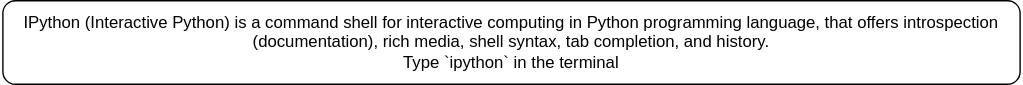
Before: src/content/docs/Python/packages/ipython.drawio.svg, a diagram exported from draw.io (ritesh28/cheats-starlight). Source tidied: cells renumbered, new cells last; positions are measured from the earlier drawing's top-left corner, leaving out a move shared by most shapes.
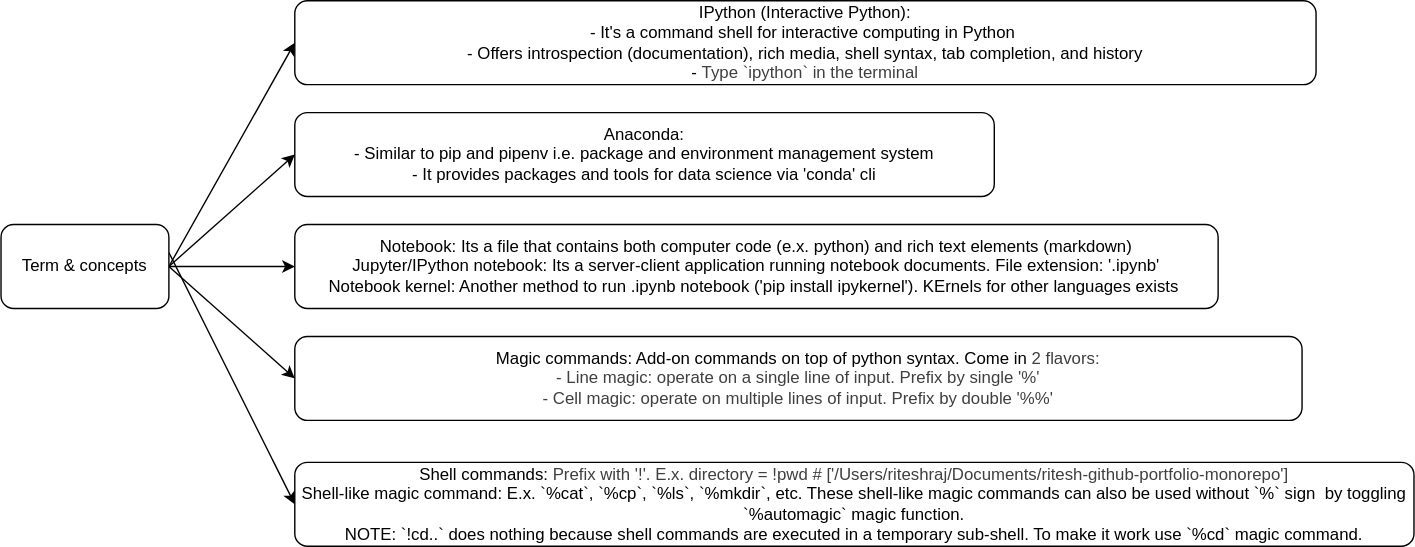
The same diagram one commit later.

The edit, as a diff of the source:
```diff
@@ -2,8 +2,40 @@
   <root>
     <mxCell id="0" />
     <mxCell id="1" parent="0" />
-    <mxCell id="2" value="IPython (Interactive Python) is a command shell for interactive computing in Python programming language, that offers introspection (documentation), rich media, shell syntax, tab completion, and history.&lt;div&gt;Type `ipython` in the terminal&lt;/div&gt;" style="rounded=1;whiteSpace=wrap;html=1;" parent="1" vertex="1">
+    <mxCell id="2" value="IPython (Interactive Python):&lt;div&gt;- It's a command shell for interactive computing in Python&amp;nbsp;&lt;/div&gt;&lt;div&gt;- Offers introspection (documentation), rich media, shell syntax, tab completion, and history&lt;/div&gt;&lt;div&gt;-&amp;nbsp;&lt;span style=&quot;color: rgb(63, 63, 63); background-color: transparent;&quot;&gt;Type `ipython` in the terminal&lt;/span&gt;&lt;/div&gt;" style="rounded=1;whiteSpace=wrap;html=1;" parent="1" vertex="1">
       <mxGeometry width="730" height="60" as="geometry" />
     </mxCell>
+    <mxCell id="3" style="edgeStyle=none;html=1;exitX=1;exitY=0.5;exitDx=0;exitDy=0;entryX=0;entryY=0.5;entryDx=0;entryDy=0;" parent="1" edge="1" source="8" target="2">
+      <mxGeometry relative="1" as="geometry" />
+    </mxCell>
+    <mxCell id="4" style="edgeStyle=none;html=1;entryX=0;entryY=0.5;entryDx=0;entryDy=0;exitX=1;exitY=0.5;exitDx=0;exitDy=0;" parent="1" edge="1" source="8" target="9">
+      <mxGeometry relative="1" as="geometry" />
+    </mxCell>
+    <mxCell id="5" style="edgeStyle=none;html=1;entryX=0;entryY=0.5;entryDx=0;entryDy=0;exitX=1;exitY=0.5;exitDx=0;exitDy=0;" parent="1" edge="1" source="8" target="10">
+      <mxGeometry relative="1" as="geometry" />
+    </mxCell>
+    <mxCell id="6" style="edgeStyle=none;html=1;entryX=0;entryY=0.5;entryDx=0;entryDy=0;exitX=1;exitY=0.5;exitDx=0;exitDy=0;" parent="1" edge="1" source="8" target="11">
+      <mxGeometry relative="1" as="geometry" />
+    </mxCell>
+    <mxCell id="7" style="edgeStyle=none;html=1;entryX=0;entryY=0.5;entryDx=0;entryDy=0;" parent="1" edge="1" target="12">
+      <mxGeometry relative="1" as="geometry">
+        <mxPoint x="-90" y="180" as="sourcePoint" />
+      </mxGeometry>
+    </mxCell>
+    <mxCell id="8" value="Term &amp;amp; concepts" style="rounded=1;whiteSpace=wrap;html=1;" parent="1" vertex="1">
+      <mxGeometry x="-210" y="160" width="120" height="60" as="geometry" />
+    </mxCell>
+    <mxCell id="9" value="Anaconda:&lt;div&gt;- Similar to pip and pipenv i.e. package and environment management system&lt;/div&gt;&lt;div&gt;- It provides packages and tools for data science via 'conda' cli&lt;/div&gt;" style="rounded=1;whiteSpace=wrap;html=1;" parent="1" vertex="1">
+      <mxGeometry y="80" width="500" height="60" as="geometry" />
+    </mxCell>
+    <mxCell id="10" value="Notebook: Its a file that contains both computer code (e.x. python) and rich text elements (markdown)&lt;div&gt;Jupyter/IPython notebook: Its a server-client application running notebook documents. File extension: '.ipynb'&lt;/div&gt;&lt;div&gt;Notebook kernel: Another method to run .ipynb notebook ('pip install ipykernel'). KErnels for other languages exists&amp;nbsp;&lt;/div&gt;" style="rounded=1;whiteSpace=wrap;html=1;" parent="1" vertex="1">
+      <mxGeometry y="160" width="660" height="60" as="geometry" />
+    </mxCell>
+    <mxCell id="11" value="Magic commands: Add-on commands on top of python syntax. Come in&amp;nbsp;&lt;span style=&quot;color: rgb(63, 63, 63); background-color: transparent;&quot;&gt;2 flavors:&lt;/span&gt;&lt;div&gt;&lt;span style=&quot;color: rgb(63, 63, 63); background-color: transparent;&quot;&gt;- Line magic: operate on a single line of input. Prefix by single '%'&lt;/span&gt;&lt;/div&gt;&lt;div&gt;&lt;span style=&quot;color: rgb(63, 63, 63); background-color: transparent;&quot;&gt;- Cell magic: operate on multiple lines of input. Prefix by double '%%'&lt;/span&gt;&lt;/div&gt;" style="rounded=1;whiteSpace=wrap;html=1;" parent="1" vertex="1">
+      <mxGeometry y="240" width="720" height="60" as="geometry" />
+    </mxCell>
+    <mxCell id="12" value="Shell commands:&amp;nbsp;&lt;span style=&quot;color: rgb(63, 63, 63); background-color: transparent;&quot;&gt;Prefix with '!'. E&lt;/span&gt;&lt;span style=&quot;background-color: transparent; color: rgb(63, 63, 63);&quot;&gt;.x. directory = !pwd # ['/Users/riteshraj/Documents/ritesh-github-portfolio-monorepo']&lt;/span&gt;&lt;div&gt;Shell-like magic command: E.x. `%cat`, `%cp`, `%ls`, `%mkdir`, etc. These shell-like magic commands can also be used without `%` sign&amp;nbsp; by toggling `%automagic` magic function.&lt;/div&gt;&lt;div&gt;NOTE:&amp;nbsp;`!cd..` does nothing because shell commands are executed in a temporary sub-shell. To make it work use `%cd` magic command.&lt;/div&gt;" style="rounded=1;whiteSpace=wrap;html=1;" parent="1" vertex="1">
+      <mxGeometry y="330" width="800" height="60" as="geometry" />
+    </mxCell>
   </root>
 </mxGraphModel>
```
